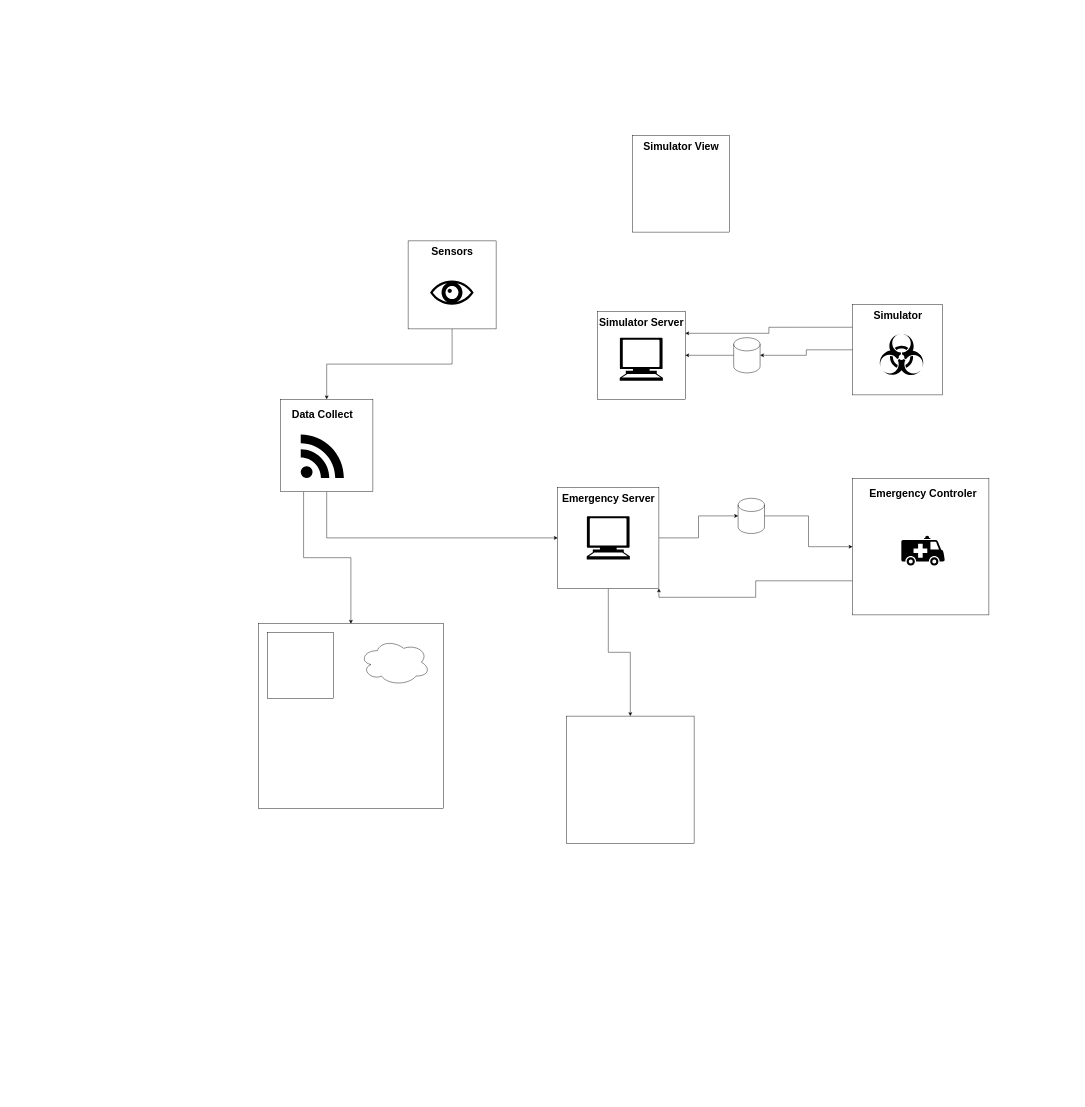
This is diagrams/Untitled Diagram.drawio from Elyspio/s7-projet-transversal-cpe, a draw.io file, before an edit. Source tidied: cells renumbered, new cells numbered last; positions are measured from the earlier drawing's top-left corner, leaving out a move shared by most shapes. Both pictures are drawn from the tidied source at 44%, with x=0, y=0 at pixel (258, 135).
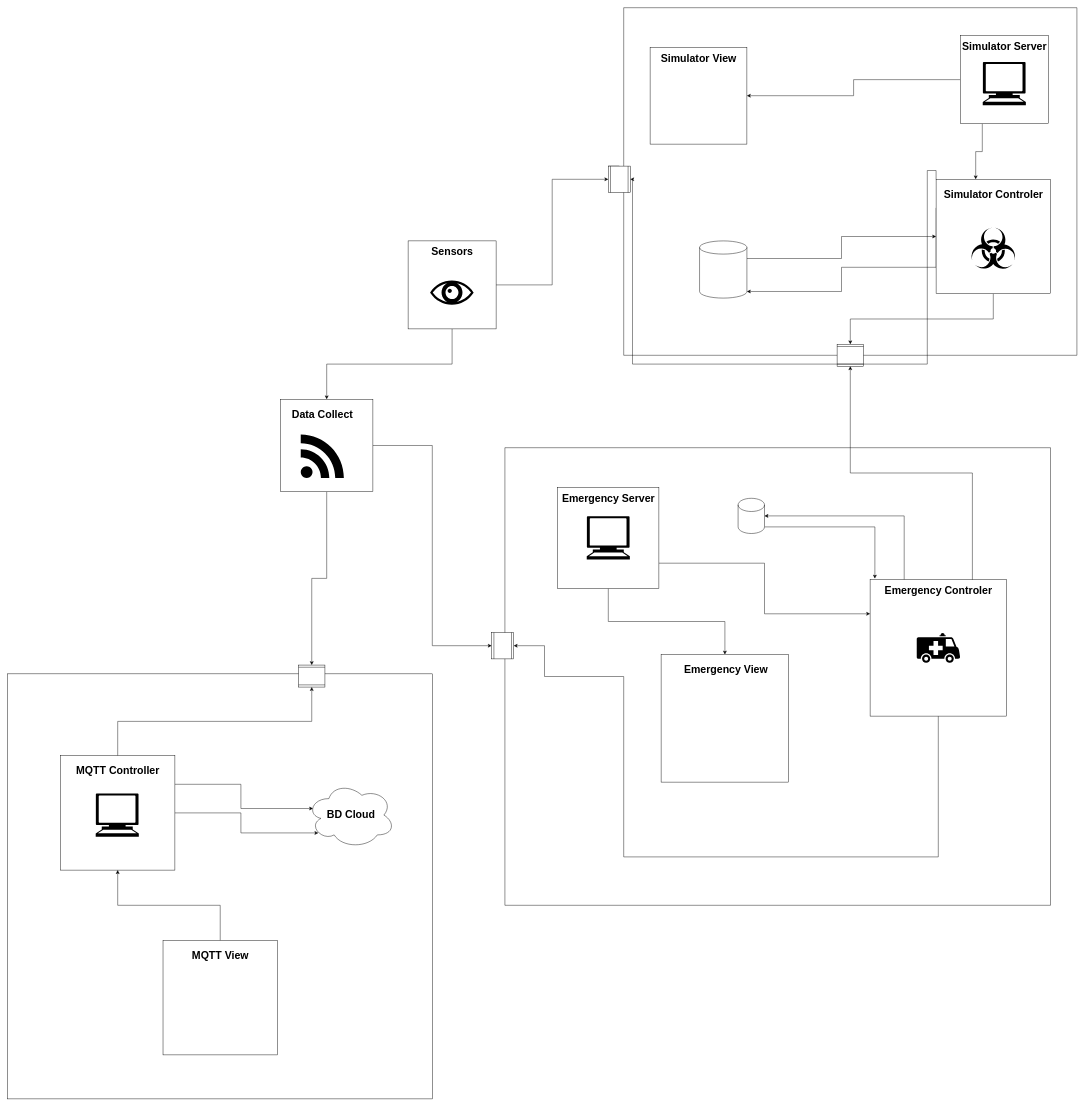
After the change.

Unchanged cells that the change refers to:
```xml
<mxCell id="3" style="whiteSpace=wrap;html=1;" parent="1" vertex="1">
  <mxGeometry x="340" y="240" width="200" height="200" as="geometry" />
</mxCell>
<mxCell id="6" style="whiteSpace=wrap;html=1;" parent="1" vertex="1">
  <mxGeometry x="50" y="600" width="210" height="210" as="geometry" />
</mxCell>
```

The edit, as a diff of the source:
```diff
@@
+    <mxCell id="38" style="verticalLabelPosition=bottom;verticalAlign=top;html=1;shape=mxgraph.basic.rect;fillColor2=none;strokeWidth=1;size=20;indent=5;" parent="1" vertex="1">
+      <mxGeometry x="560" y="710" width="1240" height="1040" as="geometry" />
+    </mxCell>
+    <mxCell id="39" style="verticalLabelPosition=bottom;verticalAlign=top;html=1;shape=mxgraph.basic.rect;fillColor2=none;strokeWidth=1;size=20;indent=5;" parent="1" vertex="1">
+      <mxGeometry x="830" y="-290" width="1030" height="790" as="geometry" />
+    </mxCell>
@@
+    <mxCell id="40" style="edgeStyle=orthogonalEdgeStyle;rounded=0;jettySize=auto;html=1;exitX=1;exitY=0.5;exitDx=0;exitDy=0;entryX=0;entryY=0.5;entryDx=0;entryDy=0;" parent="1" edge="1" source="3" target="57">
+      <mxGeometry relative="1" as="geometry" />
+    </mxCell>
@@
-    <mxCell id="4" style="edgeStyle=orthogonalEdgeStyle;rounded=0;jettySize=auto;html=1;exitX=0.5;exitY=1;exitDx=0;exitDy=0;entryX=0;entryY=0.5;entryDx=0;entryDy=0;" parent="1" edge="1" source="6" target="19">
-      <mxGeometry relative="1" as="geometry" />
-    </mxCell>
-    <mxCell id="5" style="edgeStyle=orthogonalEdgeStyle;rounded=0;jettySize=auto;html=1;exitX=0.25;exitY=1;exitDx=0;exitDy=0;" parent="1" edge="1" source="6" target="20">
-      <mxGeometry relative="1" as="geometry" />
-    </mxCell>
+    <mxCell id="41" style="edgeStyle=orthogonalEdgeStyle;rounded=0;jettySize=auto;html=1;exitX=1;exitY=0.5;exitDx=0;exitDy=0;entryX=0;entryY=0.5;entryDx=0;entryDy=0;" parent="1" edge="1" source="6" target="59">
+      <mxGeometry relative="1" as="geometry" />
+    </mxCell>
+    <mxCell id="42" style="edgeStyle=orthogonalEdgeStyle;rounded=0;jettySize=auto;html=1;exitX=0.5;exitY=1;exitDx=0;exitDy=0;entryX=1;entryY=0.5;entryDx=0;entryDy=0;" parent="1" edge="1" source="6" target="60">
+      <mxGeometry relative="1" as="geometry" />
+    </mxCell>
@@
-    <mxCell id="7" style="whiteSpace=wrap;html=1;" parent="1" vertex="1">
-      <mxGeometry x="770" y="400" width="200" height="200" as="geometry" />
-    </mxCell>
     <mxCell id="8" style="whiteSpace=wrap;html=1;" parent="1" vertex="1">
-      <mxGeometry x="850" width="220" height="220" as="geometry" />
+      <mxGeometry x="890" y="-200" width="220" height="220" as="geometry" />
     </mxCell>
-    <mxCell id="9" style="edgeStyle=orthogonalEdgeStyle;rounded=0;jettySize=auto;html=1;exitX=0;exitY=0.5;exitDx=0;exitDy=0;exitPerimeter=0;" parent="1" edge="1" source="10" target="7">
-      <mxGeometry relative="1" as="geometry" />
-    </mxCell>
-    <mxCell id="10" style="shape=cylinder3;whiteSpace=wrap;html=1;boundedLbl=1;backgroundOutline=1;size=15;" parent="1" vertex="1">
-      <mxGeometry x="1080" y="460" width="60" height="80" as="geometry" />
-    </mxCell>
-    <mxCell id="11" style="edgeStyle=orthogonalEdgeStyle;rounded=0;jettySize=auto;html=1;exitX=0;exitY=0.25;exitDx=0;exitDy=0;entryX=1;entryY=0.25;entryDx=0;entryDy=0;" parent="1" edge="1" source="12" target="7">
-      <mxGeometry relative="1" as="geometry" />
-    </mxCell>
-    <mxCell id="12" style="whiteSpace=wrap;html=1;" parent="1" vertex="1">
-      <mxGeometry x="1350" y="385" width="205" height="205" as="geometry" />
-    </mxCell>
-    <mxCell id="13" style="edgeStyle=orthogonalEdgeStyle;rounded=0;jettySize=auto;html=1;exitX=1;exitY=0.5;exitDx=0;exitDy=0;exitPerimeter=0;" parent="1" edge="1" source="14" target="16">
-      <mxGeometry relative="1" as="geometry" />
-    </mxCell>
-    <mxCell id="14" style="shape=cylinder3;whiteSpace=wrap;html=1;boundedLbl=1;backgroundOutline=1;size=15;" parent="1" vertex="1">
-      <mxGeometry x="1090" y="825" width="60" height="80" as="geometry" />
-    </mxCell>
-    <mxCell id="15" style="edgeStyle=orthogonalEdgeStyle;rounded=0;jettySize=auto;html=1;exitX=0;exitY=0.75;exitDx=0;exitDy=0;entryX=1;entryY=1;entryDx=0;entryDy=0;" parent="1" edge="1" source="16" target="19">
-      <mxGeometry relative="1" as="geometry" />
-    </mxCell>
-    <mxCell id="16" style="whiteSpace=wrap;html=1;" parent="1" vertex="1">
-      <mxGeometry x="1350" y="780" width="310" height="310" as="geometry" />
-    </mxCell>
-    <mxCell id="17" style="edgeStyle=orthogonalEdgeStyle;rounded=0;jettySize=auto;html=1;exitX=1;exitY=0.5;exitDx=0;exitDy=0;entryX=0;entryY=0.5;entryDx=0;entryDy=0;entryPerimeter=0;" parent="1" edge="1" source="19" target="14">
-      <mxGeometry relative="1" as="geometry" />
-    </mxCell>
-    <mxCell id="18" style="edgeStyle=orthogonalEdgeStyle;rounded=0;jettySize=auto;html=1;exitX=0.5;exitY=1;exitDx=0;exitDy=0;" parent="1" edge="1" source="19" target="21">
-      <mxGeometry relative="1" as="geometry" />
-    </mxCell>
-    <mxCell id="19" style="whiteSpace=wrap;html=1;" parent="1" vertex="1">
-      <mxGeometry x="680" y="800" width="230" height="230" as="geometry" />
-    </mxCell>
     <mxCell id="20" style="whiteSpace=wrap;html=1;" parent="1" vertex="1">
-      <mxGeometry y="1110" width="420" height="420" as="geometry" />
+      <mxGeometry x="-570" y="1224" width="966" height="966" as="geometry" />
     </mxCell>
     <mxCell id="21" style="whiteSpace=wrap;html=1;" parent="1" vertex="1">
-      <mxGeometry x="700" y="1320" width="290" height="290" as="geometry" />
+      <mxGeometry x="915" y="1180" width="290" height="290" as="geometry" />
     </mxCell>
+    <mxCell id="43" style="edgeStyle=orthogonalEdgeStyle;rounded=0;jettySize=auto;html=1;exitX=0.5;exitY=0;exitDx=0;exitDy=0;entryX=0;entryY=0.5;entryDx=0;entryDy=0;" parent="1" edge="1" source="22" target="60">
+      <mxGeometry relative="1" as="geometry" />
+    </mxCell>
+    <mxCell id="44" style="edgeStyle=orthogonalEdgeStyle;rounded=0;jettySize=auto;html=1;exitX=1;exitY=0.5;exitDx=0;exitDy=0;entryX=0.13;entryY=0.77;entryDx=0;entryDy=0;entryPerimeter=0;" parent="1" edge="1" source="22" target="23">
+      <mxGeometry relative="1" as="geometry" />
+    </mxCell>
+    <mxCell id="45" style="edgeStyle=orthogonalEdgeStyle;rounded=0;jettySize=auto;html=1;exitX=1;exitY=0.25;exitDx=0;exitDy=0;entryX=0.07;entryY=0.4;entryDx=0;entryDy=0;entryPerimeter=0;" parent="1" edge="1" source="22" target="23">
+      <mxGeometry relative="1" as="geometry" />
+    </mxCell>
     <mxCell id="22" style="whiteSpace=wrap;html=1;" parent="1" vertex="1">
-      <mxGeometry x="20" y="1130" width="150" height="150" as="geometry" />
+      <mxGeometry x="-450" y="1410" width="260" height="260" as="geometry" />
     </mxCell>
     <mxCell id="23" style="ellipse;shape=cloud;whiteSpace=wrap;html=1;" parent="1" vertex="1">
-      <mxGeometry x="230" y="1145" width="160" height="105" as="geometry" />
+      <mxGeometry x="110" y="1470" width="200" height="150" as="geometry" />
     </mxCell>
@@
     <mxCell id="26" value="Simulator View" style="text;strokeColor=none;fillColor=none;html=1;fontSize=24;fontStyle=1;verticalAlign=middle;align=center;" parent="1" vertex="1">
-      <mxGeometry x="910" width="100" height="50" as="geometry" />
+      <mxGeometry x="950" y="-200" width="100" height="50" as="geometry" />
     </mxCell>
-    <mxCell id="27" value="Simulator Server" style="text;strokeColor=none;fillColor=none;html=1;fontSize=24;fontStyle=1;verticalAlign=middle;align=center;" parent="1" vertex="1">
-      <mxGeometry x="820" y="400" width="100" height="50" as="geometry" />
-    </mxCell>
-    <mxCell id="28" value="Emergency Server" style="text;strokeColor=none;fillColor=none;html=1;fontSize=24;fontStyle=1;verticalAlign=middle;align=center;" parent="1" vertex="1">
-      <mxGeometry x="745" y="800" width="100" height="50" as="geometry" />
-    </mxCell>
-    <mxCell id="29" value="Simulator" style="text;strokeColor=none;fillColor=none;html=1;fontSize=24;fontStyle=1;verticalAlign=middle;align=center;" parent="1" vertex="1">
-      <mxGeometry x="1402.5" y="385" width="100" height="50" as="geometry" />
-    </mxCell>
+    <mxCell id="33" style="shape=mxgraph.signs.healthcare.eye;html=1;fillColor=#000000;strokeColor=none;verticalLabelPosition=bottom;verticalAlign=top;align=center;" parent="1" vertex="1">
+      <mxGeometry x="390" y="330" width="99" height="55" as="geometry" />
+    </mxCell>
+    <mxCell id="36" style="shape=mxgraph.signs.tech.rss;html=1;fillColor=#000000;strokeColor=none;verticalLabelPosition=bottom;verticalAlign=top;align=center;" parent="1" vertex="1">
+      <mxGeometry x="96" y="680" width="98" height="99" as="geometry" />
+    </mxCell>
+    <mxCell id="18" style="edgeStyle=orthogonalEdgeStyle;rounded=0;jettySize=auto;html=1;exitX=0.5;exitY=1;exitDx=0;exitDy=0;" parent="1" edge="1" source="19" target="21">
+      <mxGeometry relative="1" as="geometry" />
+    </mxCell>
+    <mxCell id="46" style="edgeStyle=orthogonalEdgeStyle;rounded=0;jettySize=auto;html=1;exitX=1;exitY=0.75;exitDx=0;exitDy=0;entryX=0;entryY=0.25;entryDx=0;entryDy=0;" parent="1" edge="1" source="19" target="16">
+      <mxGeometry relative="1" as="geometry" />
+    </mxCell>
+    <mxCell id="19" style="whiteSpace=wrap;html=1;" parent="1" vertex="1">
+      <mxGeometry x="680" y="800" width="230" height="230" as="geometry" />
+    </mxCell>
+    <mxCell id="13" style="edgeStyle=orthogonalEdgeStyle;rounded=0;jettySize=auto;html=1;exitX=1;exitY=1;exitDx=0;exitDy=-15;exitPerimeter=0;entryX=0.035;entryY=-0.008;entryDx=0;entryDy=0;entryPerimeter=0;" parent="1" edge="1" source="14" target="16">
+      <mxGeometry relative="1" as="geometry" />
+    </mxCell>
+    <mxCell id="14" style="shape=cylinder3;whiteSpace=wrap;html=1;boundedLbl=1;backgroundOutline=1;size=15;" parent="1" vertex="1">
+      <mxGeometry x="1090" y="825" width="60" height="80" as="geometry" />
+    </mxCell>
+    <mxCell id="47" style="edgeStyle=orthogonalEdgeStyle;rounded=0;jettySize=auto;html=1;exitX=0.25;exitY=0;exitDx=0;exitDy=0;entryX=1;entryY=0.5;entryDx=0;entryDy=0;entryPerimeter=0;" parent="1" edge="1" source="16" target="14">
+      <mxGeometry relative="1" as="geometry" />
+    </mxCell>
+    <mxCell id="48" style="edgeStyle=orthogonalEdgeStyle;rounded=0;jettySize=auto;html=1;exitX=0.5;exitY=1;exitDx=0;exitDy=0;entryX=1;entryY=0.5;entryDx=0;entryDy=0;" parent="1" edge="1" source="16" target="59">
+      <mxGeometry relative="1" as="geometry">
+        <Array as="points">
+          <mxPoint x="1545" y="1640" />
+          <mxPoint x="830" y="1640" />
+          <mxPoint x="830" y="1230" />
+          <mxPoint x="650" y="1230" />
+          <mxPoint x="650" y="1160" />
+        </Array>
+      </mxGeometry>
+    </mxCell>
+    <mxCell id="16" style="whiteSpace=wrap;html=1;" parent="1" vertex="1">
+      <mxGeometry x="1390" y="1010" width="310" height="310" as="geometry" />
+    </mxCell>
     <mxCell id="30" value="Emergency Controler" style="text;strokeColor=none;fillColor=none;html=1;fontSize=24;fontStyle=1;verticalAlign=middle;align=center;" parent="1" vertex="1">
-      <mxGeometry x="1460" y="790" width="100" height="50" as="geometry" />
+      <mxGeometry x="1495" y="1011" width="100" height="50" as="geometry" />
     </mxCell>
     <mxCell id="31" style="shape=mxgraph.signs.transportation.ambulance;html=1;fillColor=#000000;strokeColor=none;verticalLabelPosition=bottom;verticalAlign=top;align=center;" parent="1" vertex="1">
-      <mxGeometry x="1461" y="910" width="99" height="68" as="geometry" />
+      <mxGeometry x="1496" y="1131" width="99" height="68" as="geometry" />
     </mxCell>
+    <mxCell id="28" value="Emergency Server" style="text;strokeColor=none;fillColor=none;html=1;fontSize=24;fontStyle=1;verticalAlign=middle;align=center;" parent="1" vertex="1">
+      <mxGeometry x="745" y="800" width="100" height="50" as="geometry" />
+    </mxCell>
@@
-    <mxCell id="33" style="shape=mxgraph.signs.healthcare.eye;html=1;fillColor=#000000;strokeColor=none;verticalLabelPosition=bottom;verticalAlign=top;align=center;" parent="1" vertex="1">
-      <mxGeometry x="390" y="330" width="99" height="55" as="geometry" />
-    </mxCell>
+    <mxCell id="49" style="edgeStyle=orthogonalEdgeStyle;rounded=0;jettySize=auto;html=1;exitX=0;exitY=0.5;exitDx=0;exitDy=0;" parent="1" edge="1" source="7" target="8">
+      <mxGeometry relative="1" as="geometry" />
+    </mxCell>
+    <mxCell id="50" style="edgeStyle=orthogonalEdgeStyle;rounded=0;jettySize=auto;html=1;exitX=0.25;exitY=1;exitDx=0;exitDy=0;" parent="1" edge="1" source="7" target="12">
+      <mxGeometry relative="1" as="geometry">
+        <Array as="points">
+          <mxPoint x="1645" y="37" />
+          <mxPoint x="1630" y="37" />
+        </Array>
+      </mxGeometry>
+    </mxCell>
+    <mxCell id="7" style="whiteSpace=wrap;html=1;" parent="1" vertex="1">
+      <mxGeometry x="1595" y="-226.5" width="200" height="200" as="geometry" />
+    </mxCell>
+    <mxCell id="51" style="edgeStyle=orthogonalEdgeStyle;rounded=0;jettySize=auto;html=1;exitX=1;exitY=0;exitDx=0;exitDy=40;exitPerimeter=0;entryX=0;entryY=0.5;entryDx=0;entryDy=0;" parent="1" edge="1" source="10" target="12">
+      <mxGeometry relative="1" as="geometry" />
+    </mxCell>
+    <mxCell id="10" style="shape=cylinder3;whiteSpace=wrap;html=1;boundedLbl=1;backgroundOutline=1;size=15;" parent="1" vertex="1">
+      <mxGeometry x="1002.4" y="240" width="107.6" height="130" as="geometry" />
+    </mxCell>
+    <mxCell id="52" style="edgeStyle=orthogonalEdgeStyle;rounded=0;jettySize=auto;html=1;exitX=0.5;exitY=1;exitDx=0;exitDy=0;entryX=1;entryY=0.5;entryDx=0;entryDy=0;" parent="1" edge="1" source="12" target="55">
+      <mxGeometry relative="1" as="geometry" />
+    </mxCell>
+    <mxCell id="37" style="edgeStyle=orthogonalEdgeStyle;rounded=0;jettySize=auto;html=1;exitX=0;exitY=0.25;exitDx=0;exitDy=0;entryX=1;entryY=1;entryDx=0;entryDy=-15;entryPerimeter=0;" parent="1" edge="1" source="12" target="10">
+      <mxGeometry relative="1" as="geometry">
+        <Array as="points">
+          <mxPoint x="1540" y="300" />
+          <mxPoint x="1325" y="300" />
+          <mxPoint x="1325" y="355" />
+        </Array>
+      </mxGeometry>
+    </mxCell>
+    <mxCell id="53" style="edgeStyle=orthogonalEdgeStyle;rounded=0;jettySize=auto;html=1;exitX=0;exitY=0;exitDx=0;exitDy=0;" parent="1" edge="1" source="57">
+      <mxGeometry relative="1" as="geometry">
+        <mxPoint x="820" y="100" as="targetPoint" />
+      </mxGeometry>
+    </mxCell>
+    <mxCell id="12" style="whiteSpace=wrap;html=1;" parent="1" vertex="1">
+      <mxGeometry x="1540" y="100" width="260" height="260" as="geometry" />
+    </mxCell>
+    <mxCell id="27" value="Simulator Server" style="text;strokeColor=none;fillColor=none;html=1;fontSize=24;fontStyle=1;verticalAlign=middle;align=center;" parent="1" vertex="1">
+      <mxGeometry x="1645" y="-226.5" width="100" height="50" as="geometry" />
+    </mxCell>
+    <mxCell id="29" value="Simulator Controler" style="text;strokeColor=none;fillColor=none;html=1;fontSize=24;fontStyle=1;verticalAlign=middle;align=center;" parent="1" vertex="1">
+      <mxGeometry x="1620" y="110" width="100" height="50" as="geometry" />
+    </mxCell>
     <mxCell id="34" style="shape=mxgraph.signs.tech.computer;html=1;fillColor=#000000;strokeColor=none;verticalLabelPosition=bottom;verticalAlign=top;align=center;" parent="1" vertex="1">
-      <mxGeometry x="821" y="460" width="98" height="98" as="geometry" />
+      <mxGeometry x="1646" y="-166.5" width="98" height="98" as="geometry" />
     </mxCell>
     <mxCell id="35" style="shape=mxgraph.signs.safety.biohazard;html=1;fillColor=#000000;strokeColor=none;verticalLabelPosition=bottom;verticalAlign=top;align=center;" parent="1" vertex="1">
-      <mxGeometry x="1408.5" y="451.5" width="106" height="97" as="geometry" />
+      <mxGeometry x="1617" y="210" width="106" height="97" as="geometry" />
     </mxCell>
-    <mxCell id="36" style="shape=mxgraph.signs.tech.rss;html=1;fillColor=#000000;strokeColor=none;verticalLabelPosition=bottom;verticalAlign=top;align=center;" parent="1" vertex="1">
-      <mxGeometry x="96" y="680" width="98" height="99" as="geometry" />
-    </mxCell>
-    <mxCell id="37" style="edgeStyle=orthogonalEdgeStyle;rounded=0;jettySize=auto;html=1;exitX=0;exitY=0.5;exitDx=0;exitDy=0;entryX=1;entryY=0.5;entryDx=0;entryDy=0;entryPerimeter=0;" parent="1" edge="1" source="12" target="10">
-      <mxGeometry relative="1" as="geometry" />
-    </mxCell>
+    <mxCell id="54" value="Emergency View" style="text;strokeColor=none;fillColor=none;html=1;fontSize=24;fontStyle=1;verticalAlign=middle;align=center;" parent="1" vertex="1">
+      <mxGeometry x="1012.4" y="1190" width="100" height="50" as="geometry" />
+    </mxCell>
+    <mxCell id="55" style="shape=process;whiteSpace=wrap;html=1;backgroundOutline=1;rotation=-90;" parent="1" vertex="1">
+      <mxGeometry x="1320" y="470" width="50" height="60" as="geometry" />
+    </mxCell>
+    <mxCell id="56" style="edgeStyle=orthogonalEdgeStyle;rounded=0;jettySize=auto;html=1;exitX=0.75;exitY=0;exitDx=0;exitDy=0;entryX=0;entryY=0.5;entryDx=0;entryDy=0;" parent="1" edge="1" source="16" target="55">
+      <mxGeometry relative="1" as="geometry" />
+    </mxCell>
+    <mxCell id="57" style="shape=process;whiteSpace=wrap;html=1;backgroundOutline=1;rotation=0;" parent="1" vertex="1">
+      <mxGeometry x="795" y="70" width="50" height="60" as="geometry" />
+    </mxCell>
+    <mxCell id="58" style="edgeStyle=orthogonalEdgeStyle;rounded=0;jettySize=auto;html=1;exitX=0;exitY=0;exitDx=0;exitDy=0;entryX=1;entryY=0.5;entryDx=0;entryDy=0;" parent="1" edge="1" source="12" target="57">
+      <mxGeometry relative="1" as="geometry">
+        <Array as="points">
+          <mxPoint x="1540" y="80" />
+          <mxPoint x="1520" y="80" />
+          <mxPoint x="1520" y="520" />
+          <mxPoint x="850" y="520" />
+          <mxPoint x="850" y="100" />
+        </Array>
+      </mxGeometry>
+    </mxCell>
+    <mxCell id="59" style="shape=process;whiteSpace=wrap;html=1;backgroundOutline=1;rotation=0;" parent="1" vertex="1">
+      <mxGeometry x="530" y="1130" width="50" height="60" as="geometry" />
+    </mxCell>
+    <mxCell id="60" style="shape=process;whiteSpace=wrap;html=1;backgroundOutline=1;rotation=-90;" parent="1" vertex="1">
+      <mxGeometry x="96" y="1199" width="50" height="60" as="geometry" />
+    </mxCell>
+    <mxCell id="61" style="edgeStyle=orthogonalEdgeStyle;rounded=0;jettySize=auto;html=1;exitX=0.5;exitY=0;exitDx=0;exitDy=0;entryX=0.5;entryY=1;entryDx=0;entryDy=0;" parent="1" edge="1" source="62" target="22">
+      <mxGeometry relative="1" as="geometry" />
+    </mxCell>
+    <mxCell id="62" style="whiteSpace=wrap;html=1;" parent="1" vertex="1">
+      <mxGeometry x="-217" y="1830" width="260" height="260" as="geometry" />
+    </mxCell>
+    <mxCell id="63" value="MQTT Controller" style="text;strokeColor=none;fillColor=none;html=1;fontSize=24;fontStyle=1;verticalAlign=middle;align=center;" parent="1" vertex="1">
+      <mxGeometry x="-370" y="1420" width="100" height="50" as="geometry" />
+    </mxCell>
+    <mxCell id="64" value="MQTT View" style="text;strokeColor=none;fillColor=none;html=1;fontSize=24;fontStyle=1;verticalAlign=middle;align=center;" parent="1" vertex="1">
+      <mxGeometry x="-137" y="1840" width="100" height="50" as="geometry" />
+    </mxCell>
+    <mxCell id="65" value="BD Cloud" style="text;strokeColor=none;fillColor=none;html=1;fontSize=24;fontStyle=1;verticalAlign=middle;align=center;" parent="1" vertex="1">
+      <mxGeometry x="160" y="1520" width="100" height="50" as="geometry" />
+    </mxCell>
+    <mxCell id="66" style="shape=mxgraph.signs.tech.computer;html=1;fillColor=#000000;strokeColor=none;verticalLabelPosition=bottom;verticalAlign=top;align=center;" parent="1" vertex="1">
+      <mxGeometry x="-370" y="1496" width="98" height="98" as="geometry" />
+    </mxCell>
```
